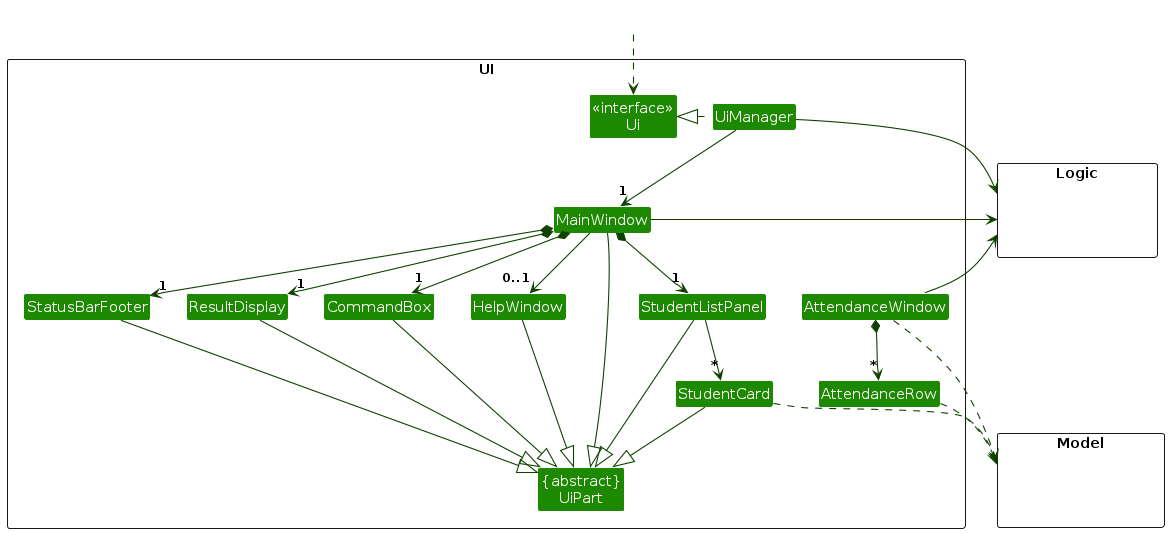
Before: diagrams/UiClassDiagram.png, a diagram exported from PlantUML (Ansel-Ch/tp). Its source is kept beside it as diagrams/UiClassDiagram.puml.
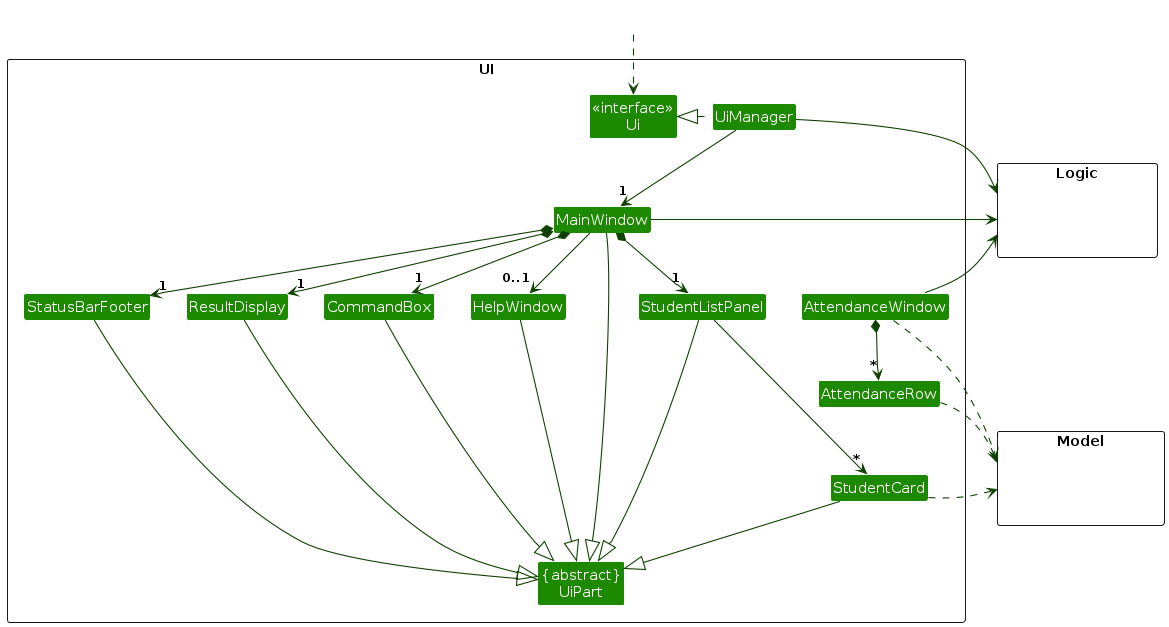
Later version of the same file.

The edit, as a diff of the source:
```diff
@@ -57,6 +57,8 @@
 MainWindow -left-> Logic
 AttendanceWindow -left-> Logic
 
+AttendanceRow -[hidden]down- StudentCard
+StudentCard -[hidden]right- Model
 StudentListPanel -[hidden]left- HelpWindow
 HelpWindow -[hidden]left- CommandBox
 CommandBox -[hidden]left- ResultDisplay
```
